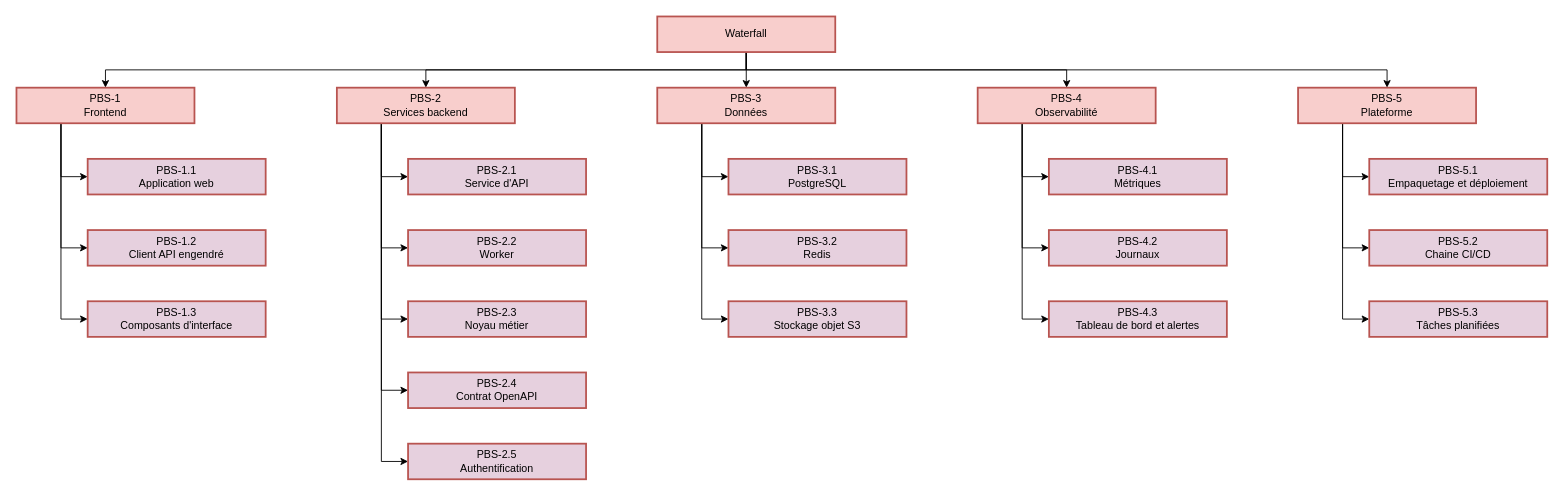
waterfall-project/wf-project keeps this draw.io diagram as page "PBS" (10 of 11) of docs/spec/waterfall.visuels.drawio. Above is the earlier version. Source tidied: cells renumbered, new cells numbered last; positions are measured from the earlier drawing's top-left corner, leaving out a move shared by most shapes. Both pictures are drawn from the tidied source at 89%, with x=0, y=0 at pixel (16, 16).
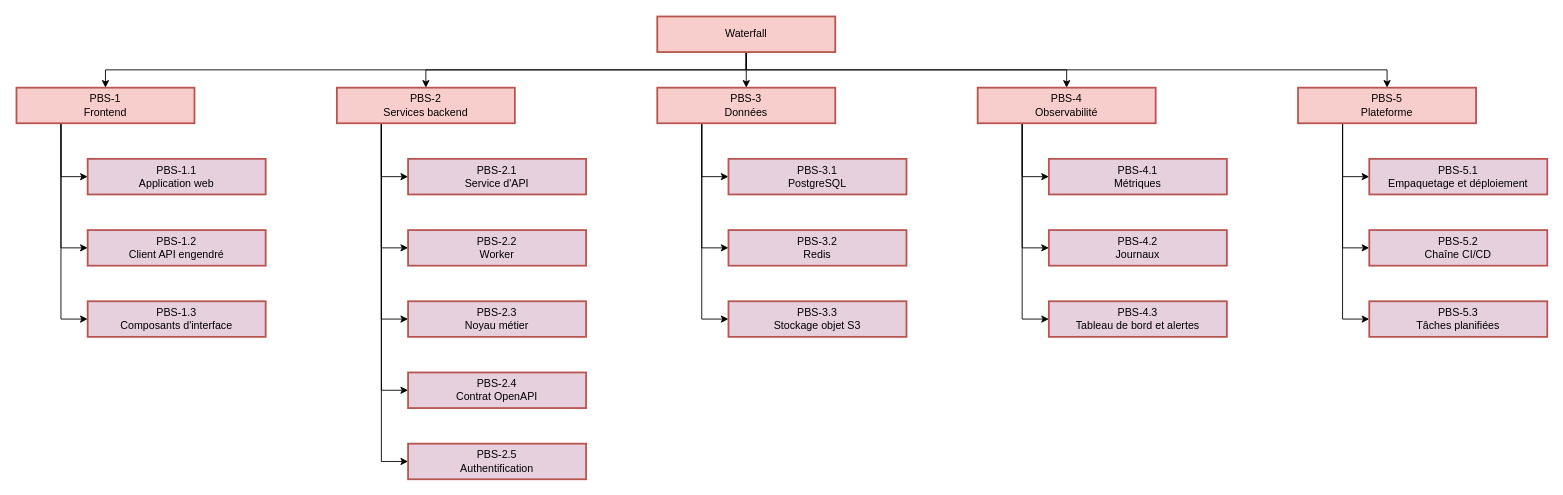
The same diagram, later.

Change to the diagram source:
```diff
@@
-    <mxCell id="45" value="PBS-5.2&#10;Chaine CI/CD" style="whiteSpace=wrap;strokeWidth=2;fillColor=#E6D0DE;strokeColor=#b85450;" parent="1" vertex="1">
+    <mxCell id="45" value="PBS-5.2&#10;Chaîne CI/CD" style="whiteSpace=wrap;strokeWidth=2;fillColor=#E6D0DE;strokeColor=#b85450;" parent="1" vertex="1">
       <mxGeometry x="1520" y="240" width="200" height="40" as="geometry" />
     </mxCell>
```
